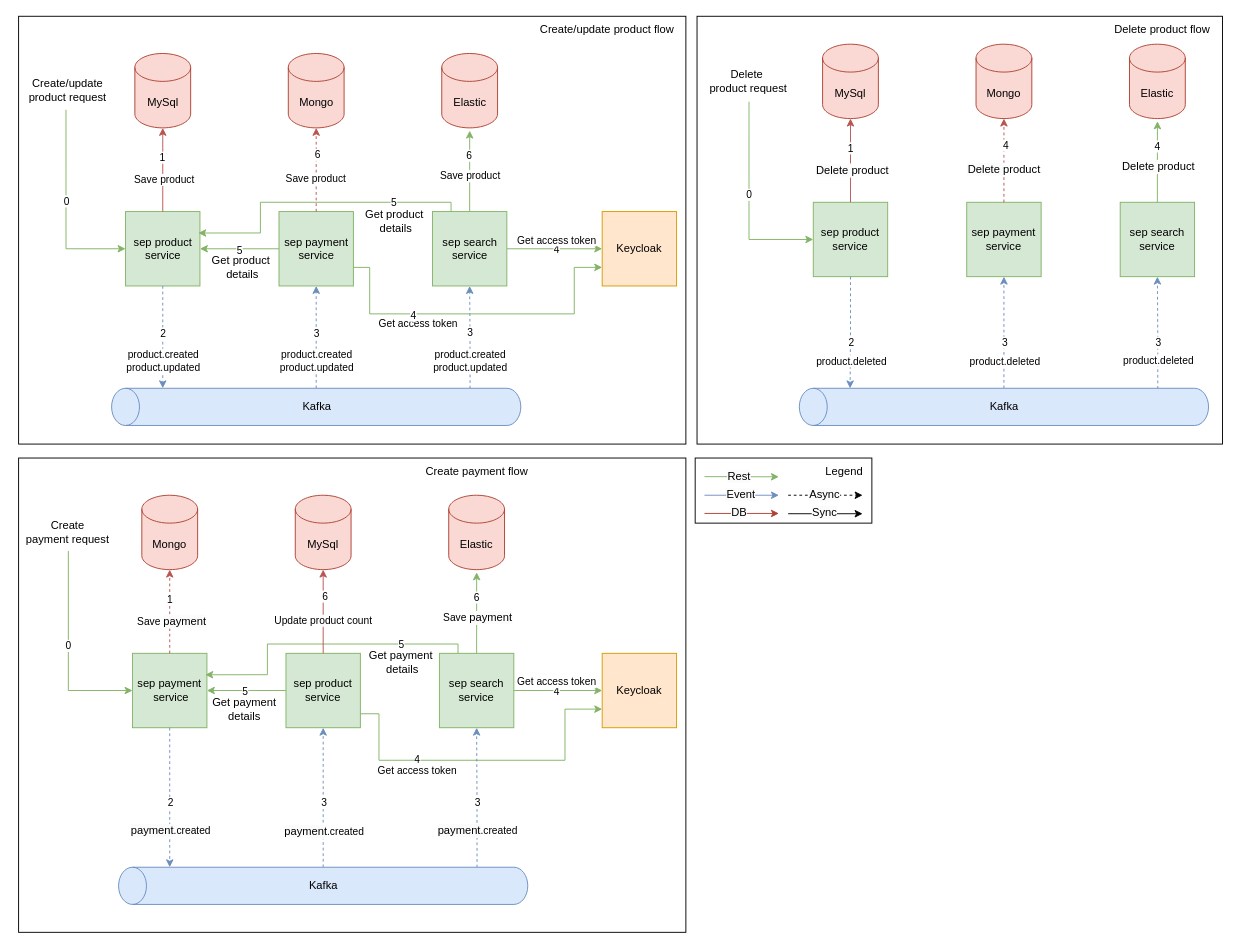
Before: sep-docs/events-diagram.drawio in cccaaannn/sep, a draw.io diagram. Source tidied: cells renumbered, new cells numbered last; positions are measured from the earlier drawing's top-left corner, leaving out a move shared by most shapes. Both pictures are drawn from the tidied source at 93%, with x=0, y=0 at pixel (16, 16).
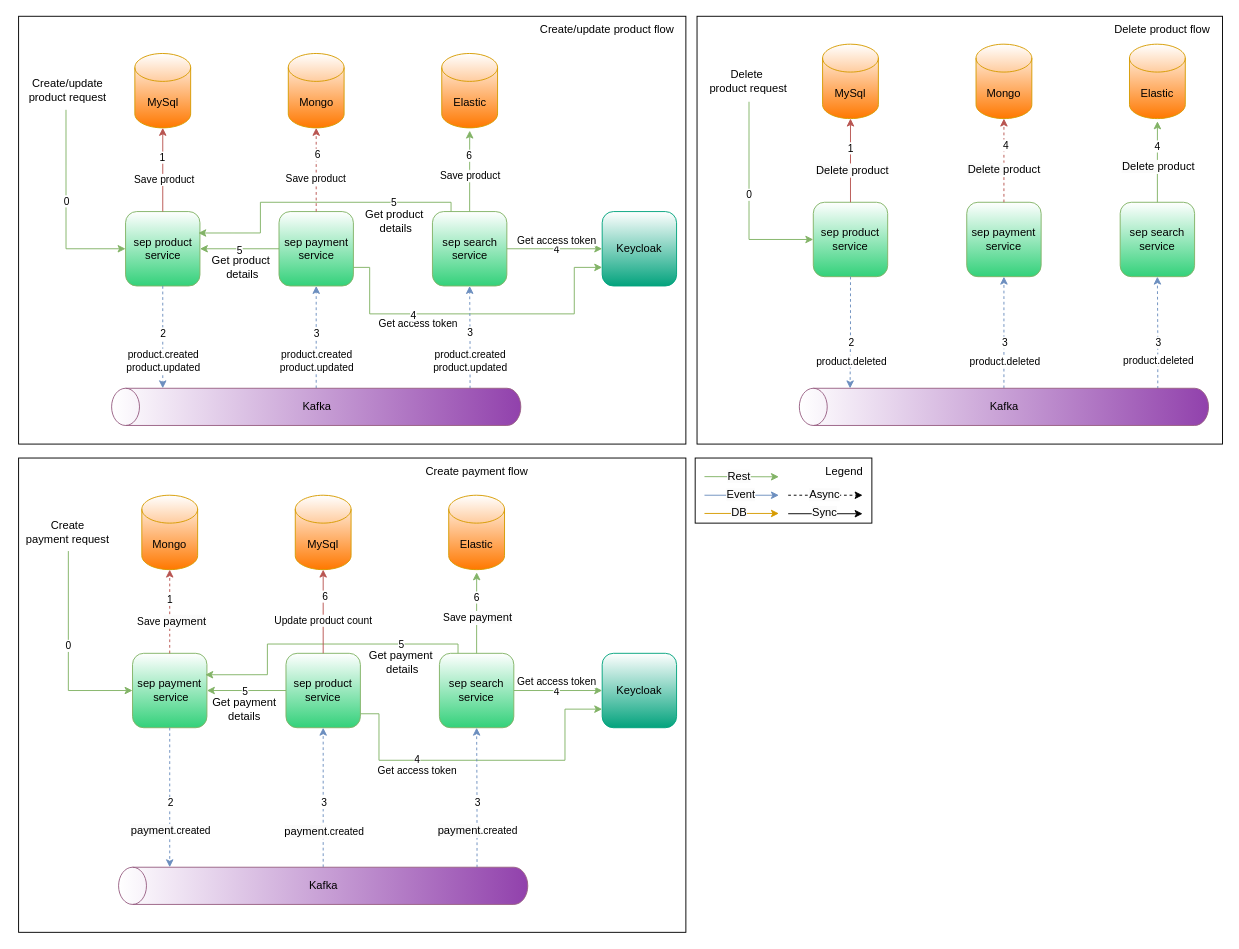
The same diagram, later.

Unchanged cells that the change refers to:
```xml
<mxCell id="41" style="group;" parent="1" vertex="1">
  <mxGeometry x="102.5" y="400" width="440" height="40" as="geometry" />
</mxCell>
<mxCell id="73" style="group;" parent="1" vertex="1">
  <mxGeometry x="842" y="400" width="440" height="40" as="geometry" />
</mxCell>
<mxCell id="123" value="Create&lt;div&gt;payment request&lt;/div&gt;" style="text;html=1;align=center;verticalAlign=middle;points=[];strokeColor=none;fillColor=none;" parent="1" vertex="1">
  <mxGeometry y="535" width="110" height="40" as="geometry" />
</mxCell>
<mxCell id="127" style="group;" parent="1" vertex="1">
  <mxGeometry x="110" y="915" width="440" height="40" as="geometry" />
</mxCell>
```

Diff of the diagram source:
```diff
@@
-    <mxCell id="5" value="sep search service" style="whiteSpace=wrap;html=1;fillColor=#d5e8d4;strokeColor=#82b366;" parent="1" vertex="1">
+    <mxCell id="5" value="sep search service" style="whiteSpace=wrap;html=1;fillColor=#ffffff;strokeColor=#82b366;rounded=1;gradientColor=#33d17a;" parent="1" vertex="1">
       <mxGeometry x="447.5" y="210" width="80" height="80" as="geometry" />
     </mxCell>
@@
-    <mxCell id="8" value="sep&amp;nbsp;product service" style="whiteSpace=wrap;html=1;fillColor=#d5e8d4;strokeColor=#82b366;" parent="1" vertex="1">
+    <mxCell id="8" value="sep&amp;nbsp;product service" style="whiteSpace=wrap;html=1;fillColor=#ffffff;strokeColor=#82b366;rounded=1;gradientColor=#33d17a;" parent="1" vertex="1">
       <mxGeometry x="117.5" y="210" width="80" height="80" as="geometry" />
     </mxCell>
@@
-    <mxCell id="14" value="sep payment service" style="whiteSpace=wrap;html=1;fillColor=#d5e8d4;strokeColor=#82b366;" parent="1" vertex="1">
+    <mxCell id="14" value="sep payment service" style="whiteSpace=wrap;html=1;fillColor=#ffffff;strokeColor=#82b366;rounded=1;gradientColor=#33d17a;" parent="1" vertex="1">
       <mxGeometry x="282.5" y="210" width="80" height="80" as="geometry" />
     </mxCell>
-    <mxCell id="15" value="Mongo" style="shape=cylinder3;whiteSpace=wrap;html=1;boundedLbl=1;backgroundOutline=1;size=15;fillColor=#fad9d5;strokeColor=#ae4132;" parent="1" vertex="1">
+    <mxCell id="15" value="Mongo" style="shape=cylinder3;whiteSpace=wrap;html=1;boundedLbl=1;backgroundOutline=1;size=15;fillColor=#ffffff;strokeColor=#d79b00;gradientColor=#ff7800;" parent="1" vertex="1">
       <mxGeometry x="292.5" y="40" width="60" height="80" as="geometry" />
     </mxCell>
-    <mxCell id="16" value="Elastic" style="shape=cylinder3;whiteSpace=wrap;html=1;boundedLbl=1;backgroundOutline=1;size=15;fillColor=#fad9d5;strokeColor=#ae4132;" parent="1" vertex="1">
+    <mxCell id="16" value="Elastic" style="shape=cylinder3;whiteSpace=wrap;html=1;boundedLbl=1;backgroundOutline=1;size=15;fillColor=#ffffff;strokeColor=#d79b00;gradientColor=#ff7800;" parent="1" vertex="1">
       <mxGeometry x="457.5" y="40" width="60" height="80" as="geometry" />
     </mxCell>
-    <mxCell id="17" value="MySql" style="shape=cylinder3;whiteSpace=wrap;html=1;boundedLbl=1;backgroundOutline=1;size=15;fillColor=#fad9d5;strokeColor=#ae4132;" parent="1" vertex="1">
+    <mxCell id="17" value="MySql" style="shape=cylinder3;whiteSpace=wrap;html=1;boundedLbl=1;backgroundOutline=1;size=15;fillColor=#ffffff;strokeColor=#d79b00;gradientColor=#ff7800;" parent="1" vertex="1">
       <mxGeometry x="127.5" y="40" width="60" height="80" as="geometry" />
     </mxCell>
@@
-    <mxCell id="42" style="shape=cylinder3;whiteSpace=wrap;html=1;boundedLbl=1;backgroundOutline=1;size=15;rotation=-90;fillColor=#dae8fc;strokeColor=#6c8ebf;" parent="41" vertex="1">
+    <mxCell id="42" style="shape=cylinder3;whiteSpace=wrap;html=1;boundedLbl=1;backgroundOutline=1;size=15;rotation=-90;fillColor=#ffffff;strokeColor=#996185;gradientColor=#9141ac;align=center;verticalAlign=middle;fontFamily=Helvetica;fontSize=12;fontColor=default;" parent="41" vertex="1">
       <mxGeometry x="200" y="-200" width="40" height="440" as="geometry" />
     </mxCell>
@@
-    <mxCell id="46" value="sep search service" style="whiteSpace=wrap;html=1;fillColor=#d5e8d4;strokeColor=#82b366;" parent="1" vertex="1">
+    <mxCell id="46" value="sep search service" style="whiteSpace=wrap;html=1;fillColor=#ffffff;strokeColor=#82b366;rounded=1;gradientColor=#33d17a;align=center;verticalAlign=middle;fontFamily=Helvetica;fontSize=12;" parent="1" vertex="1">
       <mxGeometry x="1187" y="200" width="80" height="80" as="geometry" />
     </mxCell>
@@
-    <mxCell id="49" value="sep&amp;nbsp;product service" style="whiteSpace=wrap;html=1;fillColor=#d5e8d4;strokeColor=#82b366;" parent="1" vertex="1">
+    <mxCell id="49" value="sep&amp;nbsp;product service" style="whiteSpace=wrap;html=1;fillColor=#ffffff;strokeColor=#82b366;rounded=1;gradientColor=#33d17a;" parent="1" vertex="1">
       <mxGeometry x="857" y="200" width="80" height="80" as="geometry" />
     </mxCell>
-    <mxCell id="50" value="sep payment service" style="whiteSpace=wrap;html=1;fillColor=#d5e8d4;strokeColor=#82b366;" parent="1" vertex="1">
+    <mxCell id="50" value="sep payment service" style="whiteSpace=wrap;html=1;fillColor=#ffffff;strokeColor=#82b366;rounded=1;gradientColor=#33d17a;" parent="1" vertex="1">
       <mxGeometry x="1022" y="200" width="80" height="80" as="geometry" />
     </mxCell>
-    <mxCell id="51" value="Mongo" style="shape=cylinder3;whiteSpace=wrap;html=1;boundedLbl=1;backgroundOutline=1;size=15;fillColor=#fad9d5;strokeColor=#ae4132;" parent="1" vertex="1">
+    <mxCell id="51" value="Mongo" style="shape=cylinder3;whiteSpace=wrap;html=1;boundedLbl=1;backgroundOutline=1;size=15;fillColor=#ffffff;strokeColor=#d79b00;gradientColor=#ff7800;" parent="1" vertex="1">
       <mxGeometry x="1032" y="30" width="60" height="80" as="geometry" />
     </mxCell>
-    <mxCell id="52" value="Elastic" style="shape=cylinder3;whiteSpace=wrap;html=1;boundedLbl=1;backgroundOutline=1;size=15;fillColor=#fad9d5;strokeColor=#ae4132;" parent="1" vertex="1">
+    <mxCell id="52" value="Elastic" style="shape=cylinder3;whiteSpace=wrap;html=1;boundedLbl=1;backgroundOutline=1;size=15;fillColor=#ffffff;strokeColor=#d79b00;gradientColor=#ff7800;" parent="1" vertex="1">
       <mxGeometry x="1197" y="30" width="60" height="80" as="geometry" />
     </mxCell>
-    <mxCell id="53" value="MySql" style="shape=cylinder3;whiteSpace=wrap;html=1;boundedLbl=1;backgroundOutline=1;size=15;fillColor=#fad9d5;strokeColor=#ae4132;" parent="1" vertex="1">
+    <mxCell id="53" value="MySql" style="shape=cylinder3;whiteSpace=wrap;html=1;boundedLbl=1;backgroundOutline=1;size=15;fillColor=#ffffff;strokeColor=#d79b00;gradientColor=#ff7800;" parent="1" vertex="1">
       <mxGeometry x="867" y="30" width="60" height="80" as="geometry" />
     </mxCell>
@@
-    <mxCell id="74" style="shape=cylinder3;whiteSpace=wrap;html=1;boundedLbl=1;backgroundOutline=1;size=15;rotation=-90;fillColor=#dae8fc;strokeColor=#6c8ebf;" parent="73" vertex="1">
+    <mxCell id="74" style="shape=cylinder3;whiteSpace=wrap;html=1;boundedLbl=1;backgroundOutline=1;size=15;rotation=-90;fillColor=#ffffff;strokeColor=#996185;align=center;verticalAlign=middle;fontFamily=Helvetica;fontSize=12;gradientColor=#9141ac;" parent="73" vertex="1">
       <mxGeometry x="200" y="-200" width="40" height="440" as="geometry" />
     </mxCell>
@@
-    <mxCell id="82" style="endArrow=classic;html=1;rounded=0;fillColor=#d5e8d4;strokeColor=#82b366;" parent="1" edge="1">
+    <mxCell id="82" style="endArrow=classic;html=1;rounded=0;fillColor=#d5e8d4;strokeColor=#82b366;gradientColor=#97d077;" parent="1" edge="1">
       <mxGeometry relative="1" as="geometry">
         <mxPoint x="740" y="495" as="sourcePoint" />
         <mxPoint x="820" y="495.2" as="targetPoint" />
       </mxGeometry>
     </mxCell>
@@
-    <mxCell id="84" style="endArrow=classic;html=1;rounded=0;fillColor=#dae8fc;strokeColor=#6c8ebf;" parent="1" edge="1">
+    <mxCell id="84" style="endArrow=classic;html=1;rounded=0;fillColor=#dae8fc;strokeColor=#6c8ebf;gradientColor=#7ea6e0;" parent="1" edge="1">
       <mxGeometry relative="1" as="geometry">
         <mxPoint x="740" y="515" as="sourcePoint" />
         <mxPoint x="820" y="515" as="targetPoint" />
       </mxGeometry>
     </mxCell>
@@
-    <mxCell id="86" style="endArrow=classic;html=1;rounded=0;fillColor=#fad9d5;strokeColor=#ae4132;" parent="1" edge="1">
+    <mxCell id="86" style="endArrow=classic;html=1;rounded=0;fillColor=#ffcd28;strokeColor=#d79b00;gradientColor=#ffa500;" parent="1" edge="1">
       <mxGeometry relative="1" as="geometry">
         <mxPoint x="740" y="534.6" as="sourcePoint" />
         <mxPoint x="820" y="534.6" as="targetPoint" />
       </mxGeometry>
     </mxCell>
@@
-    <mxCell id="90" style="edgeStyle=orthogonalEdgeStyle;rounded=0;jettySize=auto;html=1;entryX=0;entryY=0.5;entryDx=0;entryDy=0;fillColor=#d5e8d4;strokeColor=#82b366;" parent="1" edge="1" source="92" target="133">
+    <mxCell id="90" style="edgeStyle=orthogonalEdgeStyle;rounded=0;jettySize=auto;html=1;entryX=0;entryY=0.5;entryDx=0;entryDy=0;fillColor=#d5e8d4;strokeColor=#82b366;gradientColor=#97d077;" parent="1" edge="1" source="92" target="133">
       <mxGeometry relative="1" as="geometry" />
     </mxCell>
@@
-    <mxCell id="92" value="sep search service" style="whiteSpace=wrap;html=1;fillColor=#d5e8d4;strokeColor=#82b366;" parent="1" vertex="1">
+    <mxCell id="92" value="sep search service" style="whiteSpace=wrap;html=1;fillColor=#ffffff;strokeColor=#82b366;rounded=1;gradientColor=#33d17a;" parent="1" vertex="1">
       <mxGeometry x="455" y="685" width="80" height="80" as="geometry" />
     </mxCell>
-    <mxCell id="93" style="edgeStyle=orthogonalEdgeStyle;rounded=0;jettySize=auto;html=1;entryX=0;entryY=0.5;entryDx=0;entryDy=0;fillColor=#d5e8d4;strokeColor=#82b366;exitX=0.509;exitY=1.001;exitDx=0;exitDy=0;exitPerimeter=0;" parent="1" edge="1" source="123" target="95">
+    <mxCell id="93" style="edgeStyle=orthogonalEdgeStyle;rounded=0;jettySize=auto;html=1;entryX=0;entryY=0.5;entryDx=0;entryDy=0;fillColor=#d5e8d4;strokeColor=#82b366;exitX=0.509;exitY=1.001;exitDx=0;exitDy=0;exitPerimeter=0;gradientColor=#97d077;" parent="1" edge="1" source="123" target="95">
       <mxGeometry relative="1" as="geometry" />
     </mxCell>
@@
-    <mxCell id="95" value="sep payment&lt;div&gt;&amp;nbsp;service&lt;/div&gt;" style="whiteSpace=wrap;html=1;fillColor=#d5e8d4;strokeColor=#82b366;" parent="1" vertex="1">
+    <mxCell id="95" value="sep payment&lt;div&gt;&amp;nbsp;service&lt;/div&gt;" style="whiteSpace=wrap;html=1;fillColor=#ffffff;strokeColor=#82b366;rounded=1;gradientColor=#33d17a;" parent="1" vertex="1">
       <mxGeometry x="125" y="685" width="80" height="80" as="geometry" />
     </mxCell>
@@
-    <mxCell id="98" style="edgeStyle=orthogonalEdgeStyle;rounded=0;jettySize=auto;html=1;entryX=0;entryY=0.75;entryDx=0;entryDy=0;fillColor=#d5e8d4;strokeColor=#82b366;" parent="1" edge="1" source="100" target="133">
+    <mxCell id="98" style="edgeStyle=orthogonalEdgeStyle;rounded=0;jettySize=auto;html=1;entryX=0;entryY=0.75;entryDx=0;entryDy=0;fillColor=#d5e8d4;strokeColor=#82b366;gradientColor=#97d077;" parent="1" edge="1" source="100" target="133">
       <mxGeometry relative="1" as="geometry">
         <Array as="points">
           <mxPoint x="390" y="750" />
           <mxPoint x="390" y="800" />
           <mxPoint x="590" y="800" />
           <mxPoint x="590" y="745" />
         </Array>
       </mxGeometry>
     </mxCell>
@@
-    <mxCell id="100" value="sep product service" style="whiteSpace=wrap;html=1;fillColor=#d5e8d4;strokeColor=#82b366;" parent="1" vertex="1">
+    <mxCell id="100" value="sep product service" style="whiteSpace=wrap;html=1;fillColor=#ffffff;strokeColor=#82b366;rounded=1;gradientColor=#33d17a;" parent="1" vertex="1">
       <mxGeometry x="290" y="685" width="80" height="80" as="geometry" />
     </mxCell>
-    <mxCell id="101" value="MySql" style="shape=cylinder3;whiteSpace=wrap;html=1;boundedLbl=1;backgroundOutline=1;size=15;fillColor=#fad9d5;strokeColor=#ae4132;" parent="1" vertex="1">
+    <mxCell id="101" value="MySql" style="shape=cylinder3;whiteSpace=wrap;html=1;boundedLbl=1;backgroundOutline=1;size=15;fillColor=#ffffff;strokeColor=#d79b00;gradientColor=#ff7800;" parent="1" vertex="1">
       <mxGeometry x="300" y="515" width="60" height="80" as="geometry" />
     </mxCell>
-    <mxCell id="102" value="Elastic" style="shape=cylinder3;whiteSpace=wrap;html=1;boundedLbl=1;backgroundOutline=1;size=15;fillColor=#fad9d5;strokeColor=#ae4132;" parent="1" vertex="1">
+    <mxCell id="102" value="Elastic" style="shape=cylinder3;whiteSpace=wrap;html=1;boundedLbl=1;backgroundOutline=1;size=15;fillColor=#ffffff;strokeColor=#d79b00;gradientColor=#ff7800;" parent="1" vertex="1">
       <mxGeometry x="465" y="515" width="60" height="80" as="geometry" />
     </mxCell>
-    <mxCell id="103" value="Mongo" style="shape=cylinder3;whiteSpace=wrap;html=1;boundedLbl=1;backgroundOutline=1;size=15;fillColor=#fad9d5;strokeColor=#ae4132;" parent="1" vertex="1">
+    <mxCell id="103" value="Mongo" style="shape=cylinder3;whiteSpace=wrap;html=1;boundedLbl=1;backgroundOutline=1;size=15;fillColor=#ffffff;strokeColor=#d79b00;gradientColor=#ff7800;" parent="1" vertex="1">
       <mxGeometry x="135" y="515" width="60" height="80" as="geometry" />
     </mxCell>
-    <mxCell id="104" style="edgeStyle=orthogonalEdgeStyle;rounded=0;jettySize=auto;html=1;entryX=0.5;entryY=1;entryDx=0;entryDy=0;exitX=1;exitY=0.5;exitDx=0;exitDy=0;exitPerimeter=0;dashed=1;fillColor=#dae8fc;strokeColor=#6c8ebf;" parent="1" edge="1" source="128" target="100">
+    <mxCell id="104" style="edgeStyle=orthogonalEdgeStyle;rounded=0;jettySize=auto;html=1;entryX=0.5;entryY=1;entryDx=0;entryDy=0;exitX=1;exitY=0.5;exitDx=0;exitDy=0;exitPerimeter=0;dashed=1;fillColor=#dae8fc;strokeColor=#6c8ebf;gradientColor=#7ea6e0;" parent="1" edge="1" source="128" target="100">
       <mxGeometry relative="1" as="geometry" />
     </mxCell>
@@
-    <mxCell id="107" style="edgeStyle=orthogonalEdgeStyle;rounded=0;jettySize=auto;html=1;entryX=0.5;entryY=1;entryDx=0;entryDy=0;exitX=0.993;exitY=0.876;exitDx=0;exitDy=0;exitPerimeter=0;dashed=1;fillColor=#dae8fc;strokeColor=#6c8ebf;" parent="1" edge="1" source="128" target="92">
+    <mxCell id="107" style="edgeStyle=orthogonalEdgeStyle;rounded=0;jettySize=auto;html=1;entryX=0.5;entryY=1;entryDx=0;entryDy=0;exitX=0.993;exitY=0.876;exitDx=0;exitDy=0;exitPerimeter=0;dashed=1;fillColor=#dae8fc;strokeColor=#6c8ebf;gradientColor=#7ea6e0;" parent="1" edge="1" source="128" target="92">
       <mxGeometry relative="1" as="geometry" />
     </mxCell>
@@
-    <mxCell id="110" style="edgeStyle=orthogonalEdgeStyle;rounded=0;jettySize=auto;html=1;entryX=1;entryY=0.125;entryDx=0;entryDy=0;entryPerimeter=0;dashed=1;fillColor=#dae8fc;strokeColor=#6c8ebf;" parent="1" edge="1" source="95" target="128">
+    <mxCell id="110" style="edgeStyle=orthogonalEdgeStyle;rounded=0;jettySize=auto;html=1;entryX=1;entryY=0.125;entryDx=0;entryDy=0;entryPerimeter=0;dashed=1;fillColor=#dae8fc;strokeColor=#6c8ebf;gradientColor=#7ea6e0;" parent="1" edge="1" source="95" target="128">
       <mxGeometry relative="1" as="geometry" />
     </mxCell>
@@
-    <mxCell id="114" style="edgeStyle=orthogonalEdgeStyle;rounded=0;jettySize=auto;html=1;entryX=0.978;entryY=0.288;entryDx=0;entryDy=0;entryPerimeter=0;exitX=0.25;exitY=0;exitDx=0;exitDy=0;fillColor=#d5e8d4;strokeColor=#82b366;" parent="1" edge="1" source="92" target="95">
+    <mxCell id="114" style="edgeStyle=orthogonalEdgeStyle;rounded=0;jettySize=auto;html=1;entryX=0.978;entryY=0.288;entryDx=0;entryDy=0;entryPerimeter=0;exitX=0.25;exitY=0;exitDx=0;exitDy=0;fillColor=#d5e8d4;strokeColor=#82b366;gradientColor=#97d077;" parent="1" edge="1" source="92" target="95">
       <mxGeometry relative="1" as="geometry">
         <Array as="points">
           <mxPoint x="475" y="675" />
           <mxPoint x="270" y="675" />
           <mxPoint x="270" y="708" />
         </Array>
       </mxGeometry>
     </mxCell>
@@
-    <mxCell id="120" style="edgeStyle=orthogonalEdgeStyle;rounded=0;jettySize=auto;html=1;entryX=0.501;entryY=1.037;entryDx=0;entryDy=0;entryPerimeter=0;fillColor=#d5e8d4;strokeColor=#82b366;" parent="1" edge="1" source="92" target="102">
+    <mxCell id="120" style="edgeStyle=orthogonalEdgeStyle;rounded=0;jettySize=auto;html=1;entryX=0.501;entryY=1.037;entryDx=0;entryDy=0;entryPerimeter=0;fillColor=#d5e8d4;strokeColor=#82b366;gradientColor=#97d077;" parent="1" edge="1" source="92" target="102">
       <mxGeometry relative="1" as="geometry" />
     </mxCell>
@@
-    <mxCell id="128" style="shape=cylinder3;whiteSpace=wrap;html=1;boundedLbl=1;backgroundOutline=1;size=15;rotation=-90;fillColor=#dae8fc;strokeColor=#6c8ebf;" parent="127" vertex="1">
+    <mxCell id="128" style="shape=cylinder3;whiteSpace=wrap;html=1;boundedLbl=1;backgroundOutline=1;size=15;rotation=-90;fillColor=#ffffff;strokeColor=#996185;align=center;verticalAlign=middle;fontFamily=Helvetica;fontSize=12;fontColor=default;gradientColor=#9141ac;" parent="127" vertex="1">
       <mxGeometry x="200" y="-200" width="40" height="440" as="geometry" />
     </mxCell>
@@
-    <mxCell id="131" value="Keycloak" style="whiteSpace=wrap;html=1;fillColor=#ffe6cc;strokeColor=#d79b00;" parent="1" vertex="1">
+    <mxCell id="131" value="Keycloak" style="whiteSpace=wrap;html=1;fillColor=#ffffff;strokeColor=#03a37d;rounded=1;gradientColor=#03a37d;" parent="1" vertex="1">
       <mxGeometry x="630" y="210" width="80" height="80" as="geometry" />
     </mxCell>
@@
-    <mxCell id="133" value="Keycloak" style="whiteSpace=wrap;html=1;fillColor=#ffe6cc;strokeColor=#d79b00;" parent="1" vertex="1">
+    <mxCell id="133" value="Keycloak" style="whiteSpace=wrap;html=1;fillColor=#ffffff;strokeColor=#03a37d;rounded=1;gradientColor=#03a37d;" parent="1" vertex="1">
       <mxGeometry x="630" y="685" width="80" height="80" as="geometry" />
     </mxCell>
```
